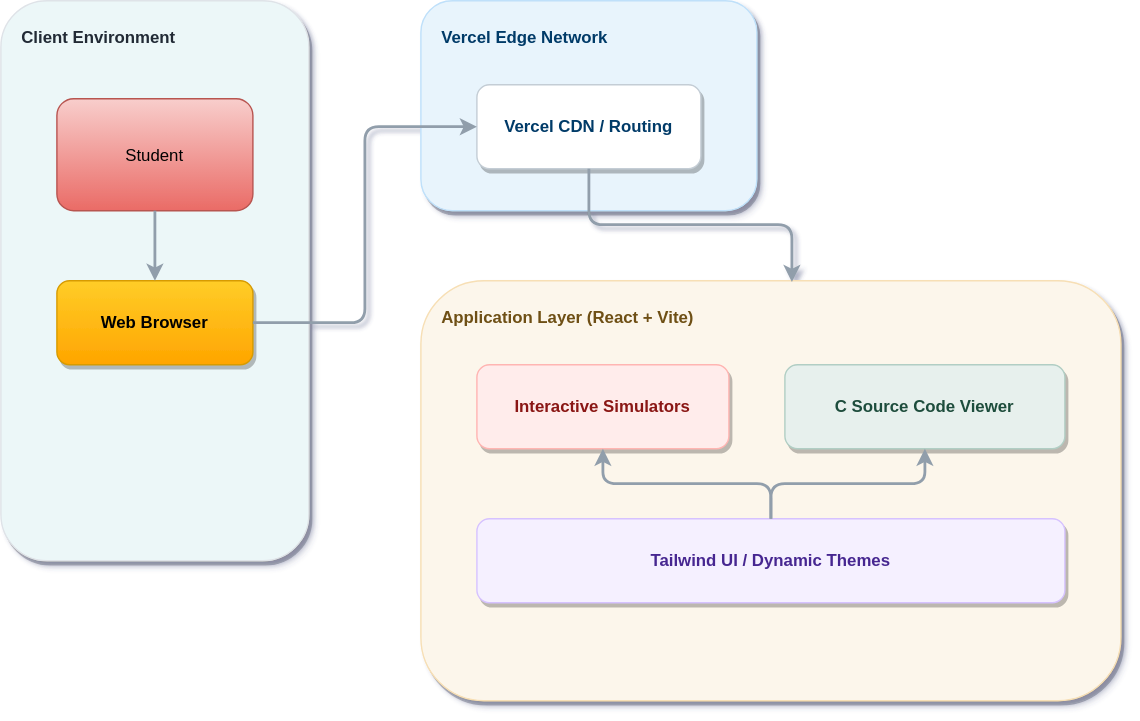
This is public/diagrams/system-design.drawio.svg from toxicbishop/DSA-with-tsx, a draw.io export, as it was before one commit. Source tidied: cells renumbered, new cells last; positions are measured from the earlier drawing's top-left corner, leaving out a move shared by most shapes.
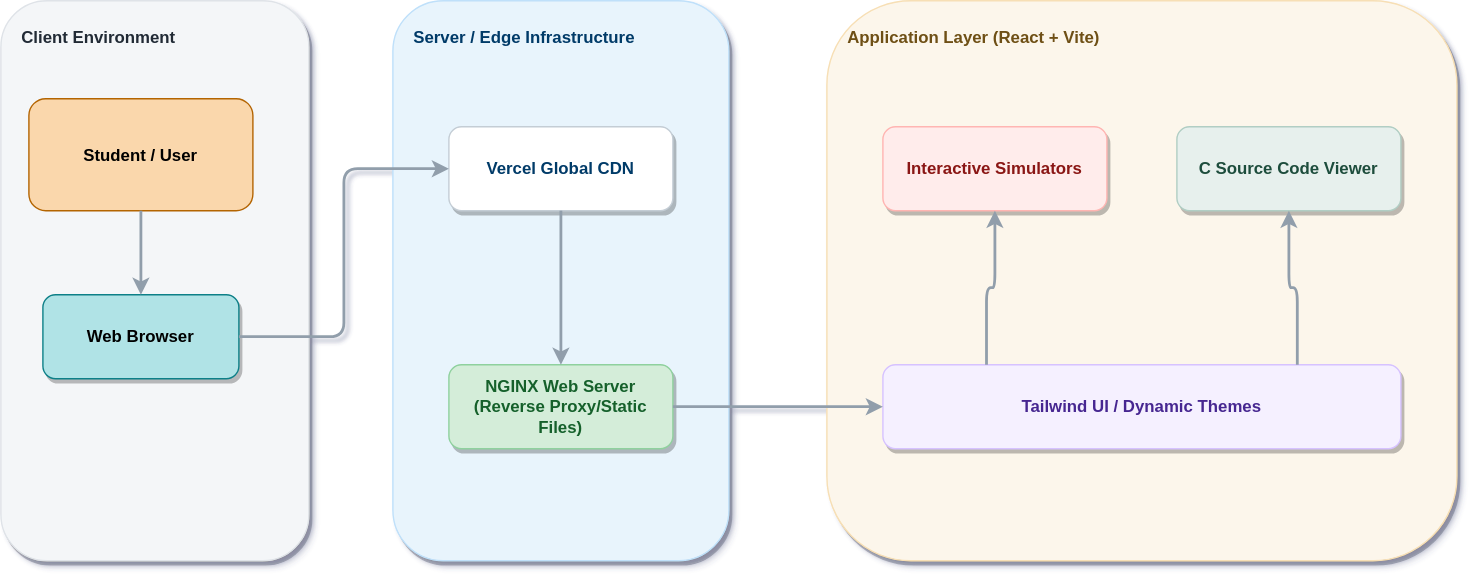
After the change.

The edit, as a diff of the source:
```diff
@@ -2,46 +2,52 @@
   <root>
     <mxCell id="0" />
     <mxCell id="1" parent="0" />
-    <mxCell id="2" value="Client Environment" style="rounded=1;whiteSpace=wrap;html=1;fillColor=#ECF7F8;strokeColor=#dfe3e8;verticalAlign=top;align=left;spacing=15;fontStyle=1;fontColor=#212b36;fontFamily=Helvetica;shadow=1;glass=0;" parent="1" vertex="1">
-      <mxGeometry width="220" height="400" as="geometry" />
+    <mxCell id="2" value="Client Environment" style="rounded=1;whiteSpace=wrap;html=1;fillColor=#f4f6f8;strokeColor=#dfe3e8;verticalAlign=top;align=left;spacing=15;fontStyle=1;fontColor=#212b36;fontFamily=Helvetica;shadow=1;" parent="1" vertex="1">
+      <mxGeometry x="-20" y="-20" width="220" height="400" as="geometry" />
     </mxCell>
-    <mxCell id="3" value="Student" style="fillColor=#f8cecc;strokeColor=#b85450;gradientColor=#ea6b66;fontColor=#040303;rounded=1;" parent="2" vertex="1">
-      <mxGeometry x="40" y="70" width="140" height="80" as="geometry" />
+    <mxCell id="3" value="Student / User" style="rounded=1;fillColor=#fad7ac;strokeColor=#b46504;fontColor=#000000;labelBorderColor=none;fontStyle=1;" parent="2" vertex="1">
+      <mxGeometry x="20" y="70" width="160" height="80" as="geometry" />
     </mxCell>
-    <mxCell id="4" value="&lt;font color=&quot;#000000&quot;&gt;Web Browser&lt;/font&gt;" style="rounded=1;whiteSpace=wrap;html=1;fillColor=#ffcd28;strokeColor=#d79b00;shadow=1;fontStyle=1;gradientColor=#ffa500;" parent="2" vertex="1">
-      <mxGeometry x="40" y="200" width="140" height="60" as="geometry" />
+    <mxCell id="4" value="&lt;font color=&quot;#000000&quot;&gt;Web Browser&lt;/font&gt;" style="rounded=1;whiteSpace=wrap;html=1;fillColor=#b0e3e6;strokeColor=#0e8088;shadow=1;fontStyle=1;" parent="2" vertex="1">
+      <mxGeometry x="30" y="210" width="140" height="60" as="geometry" />
     </mxCell>
-    <mxCell id="5" value="Vercel Edge Network" style="rounded=1;whiteSpace=wrap;html=1;fillColor=#e8f4fc;strokeColor=#bfe0fa;verticalAlign=top;align=left;spacing=15;fontStyle=1;fontColor=#003a68;fontFamily=Helvetica;shadow=1;" parent="1" vertex="1">
-      <mxGeometry x="300" width="240" height="150" as="geometry" />
-    </mxCell>
+    <mxCell id="16" value="Server / Edge Infrastructure" style="rounded=1;whiteSpace=wrap;html=1;fillColor=#e8f4fc;strokeColor=#bfe0fa;verticalAlign=top;align=left;spacing=15;fontStyle=1;fontColor=#003a68;fontFamily=Helvetica;shadow=1;" parent="1" vertex="1">
+      <mxGeometry x="260" y="-20" width="240" height="400" as="geometry" />
+    </mxCell>
-    <mxCell id="6" value="Vercel CDN / Routing" style="rounded=1;whiteSpace=wrap;html=1;fillColor=#ffffff;strokeColor=#c4cdd5;fontColor=#003a68;shadow=1;fontStyle=1;" parent="5" vertex="1">
-      <mxGeometry x="40" y="60" width="160" height="60" as="geometry" />
+    <mxCell id="6" value="Vercel Global CDN" style="rounded=1;whiteSpace=wrap;html=1;fillColor=#ffffff;strokeColor=#c4cdd5;fontColor=#003a68;shadow=1;fontStyle=1;" parent="16" vertex="1">
+      <mxGeometry x="40" y="90" width="160" height="60" as="geometry" />
     </mxCell>
+    <mxCell id="17" value="NGINX Web Server&#10;(Reverse Proxy/Static Files)" style="rounded=1;whiteSpace=wrap;html=1;fillColor=#d4edd9;strokeColor=#8fd19e;fontColor=#15612c;shadow=1;fontStyle=1;" parent="16" vertex="1">
+      <mxGeometry x="40" y="260" width="160" height="60" as="geometry" />
+    </mxCell>
     <mxCell id="7" value="Application Layer (React + Vite)" style="rounded=1;whiteSpace=wrap;html=1;fillColor=#fcf6eb;strokeColor=#f7dfb5;verticalAlign=top;align=left;spacing=15;fontStyle=1;fontColor=#6e4f13;fontFamily=Helvetica;shadow=1;" parent="1" vertex="1">
-      <mxGeometry x="300" y="200" width="500" height="300" as="geometry" />
+      <mxGeometry x="570" y="-20" width="450" height="400" as="geometry" />
     </mxCell>
+    <mxCell id="10" value="Tailwind UI / Dynamic Themes" style="rounded=1;whiteSpace=wrap;html=1;fillColor=#f5f0ff;strokeColor=#d6c2ff;fontColor=#472891;shadow=1;fontStyle=1;" parent="7" vertex="1">
+      <mxGeometry x="40" y="260" width="370" height="60" as="geometry" />
+    </mxCell>
     <mxCell id="8" value="Interactive Simulators" style="rounded=1;whiteSpace=wrap;html=1;fillColor=#ffeceb;strokeColor=#ffb5b2;fontColor=#8a1612;shadow=1;fontStyle=1;" parent="7" vertex="1">
-      <mxGeometry x="40" y="60" width="180" height="60" as="geometry" />
+      <mxGeometry x="40" y="90" width="160" height="60" as="geometry" />
     </mxCell>
     <mxCell id="9" value="C Source Code Viewer" style="rounded=1;whiteSpace=wrap;html=1;fillColor=#e7f0ed;strokeColor=#b1cec4;fontColor=#1f4d3c;shadow=1;fontStyle=1;" parent="7" vertex="1">
-      <mxGeometry x="260" y="60" width="200" height="60" as="geometry" />
+      <mxGeometry x="250" y="90" width="160" height="60" as="geometry" />
     </mxCell>
-    <mxCell id="10" value="Tailwind UI / Dynamic Themes" style="rounded=1;whiteSpace=wrap;html=1;fillColor=#f5f0ff;strokeColor=#d6c2ff;fontColor=#472891;shadow=1;fontStyle=1;" parent="7" vertex="1">
-      <mxGeometry x="40" y="170" width="420" height="60" as="geometry" />
-    </mxCell>
     <mxCell id="11" style="edgeStyle=orthogonalEdgeStyle;html=1;entryX=0.5;entryY=0;entryDx=0;entryDy=0;strokeColor=#919eab;strokeWidth=2;" parent="1" edge="1" source="3" target="4">
       <mxGeometry relative="1" as="geometry" />
     </mxCell>
     <mxCell id="12" style="edgeStyle=orthogonalEdgeStyle;html=1;entryX=0;entryY=0.5;entryDx=0;entryDy=0;exitX=1;exitY=0.5;exitDx=0;exitDy=0;strokeColor=#919eab;strokeWidth=2;" parent="1" edge="1" source="4" target="6">
       <mxGeometry relative="1" as="geometry" />
     </mxCell>
+    <mxCell id="18" style="edgeStyle=orthogonalEdgeStyle;html=1;entryX=0.5;entryY=0;entryDx=0;entryDy=0;exitX=0.5;exitY=1;exitDx=0;exitDy=0;strokeColor=#919eab;strokeWidth=2;" parent="1" edge="1" source="6" target="17">
+      <mxGeometry relative="1" as="geometry" />
+    </mxCell>
-    <mxCell id="13" style="edgeStyle=orthogonalEdgeStyle;html=1;entryX=0.53;entryY=0.003;entryDx=0;entryDy=0;strokeColor=#919eab;strokeWidth=2;entryPerimeter=0;" parent="1" edge="1" source="6" target="7">
+    <mxCell id="13" style="edgeStyle=orthogonalEdgeStyle;html=1;entryX=0;entryY=0.5;entryDx=0;entryDy=0;strokeColor=#919eab;strokeWidth=2;" parent="1" edge="1" source="17" target="10">
       <mxGeometry relative="1" as="geometry" />
     </mxCell>
-    <mxCell id="14" style="edgeStyle=orthogonalEdgeStyle;html=1;strokeColor=#919eab;strokeWidth=2;" parent="1" edge="1" source="10" target="8">
+    <mxCell id="14" style="edgeStyle=orthogonalEdgeStyle;html=1;strokeColor=#919eab;strokeWidth=2;exitX=0.2;exitY=0;entryX=0.5;entryY=1;" parent="1" edge="1" source="10" target="8">
       <mxGeometry relative="1" as="geometry" />
     </mxCell>
-    <mxCell id="15" style="edgeStyle=orthogonalEdgeStyle;html=1;strokeColor=#919eab;strokeWidth=2;" parent="1" edge="1" source="10" target="9">
+    <mxCell id="15" style="edgeStyle=orthogonalEdgeStyle;html=1;strokeColor=#919eab;strokeWidth=2;exitX=0.8;exitY=0;entryX=0.5;entryY=1;" parent="1" edge="1" source="10" target="9">
       <mxGeometry relative="1" as="geometry" />
     </mxCell>
   </root>
```
